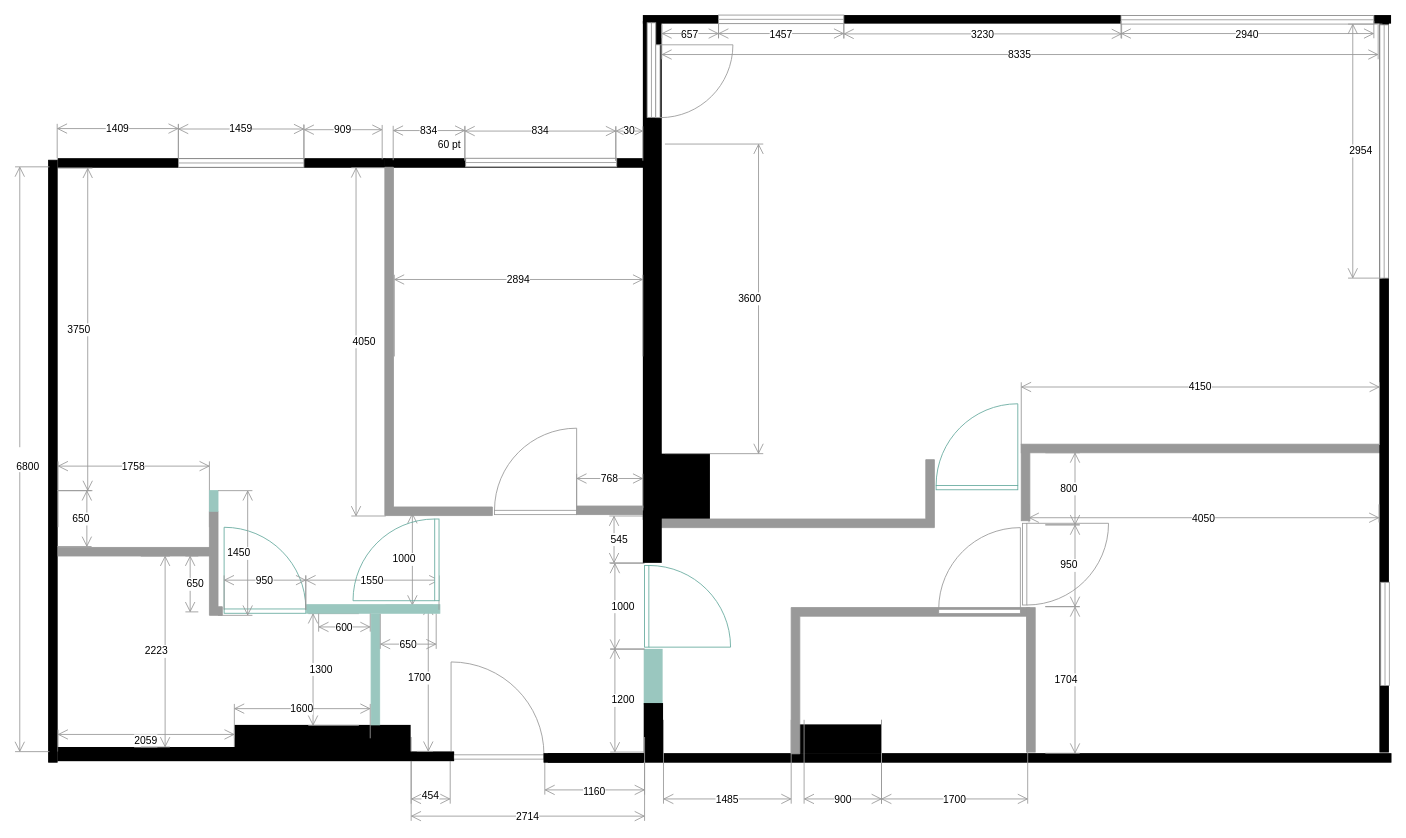
This is docs/src/static/drawings/floor-plan.construction.drawio from surquest/flat-renovation, a draw.io file, before an edit. Source tidied: cells renumbered, new cells numbered last; positions are measured from the earlier drawing's top-left corner, leaving out a move shared by most shapes. Both pictures are drawn from the tidied source at 86%, with x=0, y=0 at pixel (15, 15).
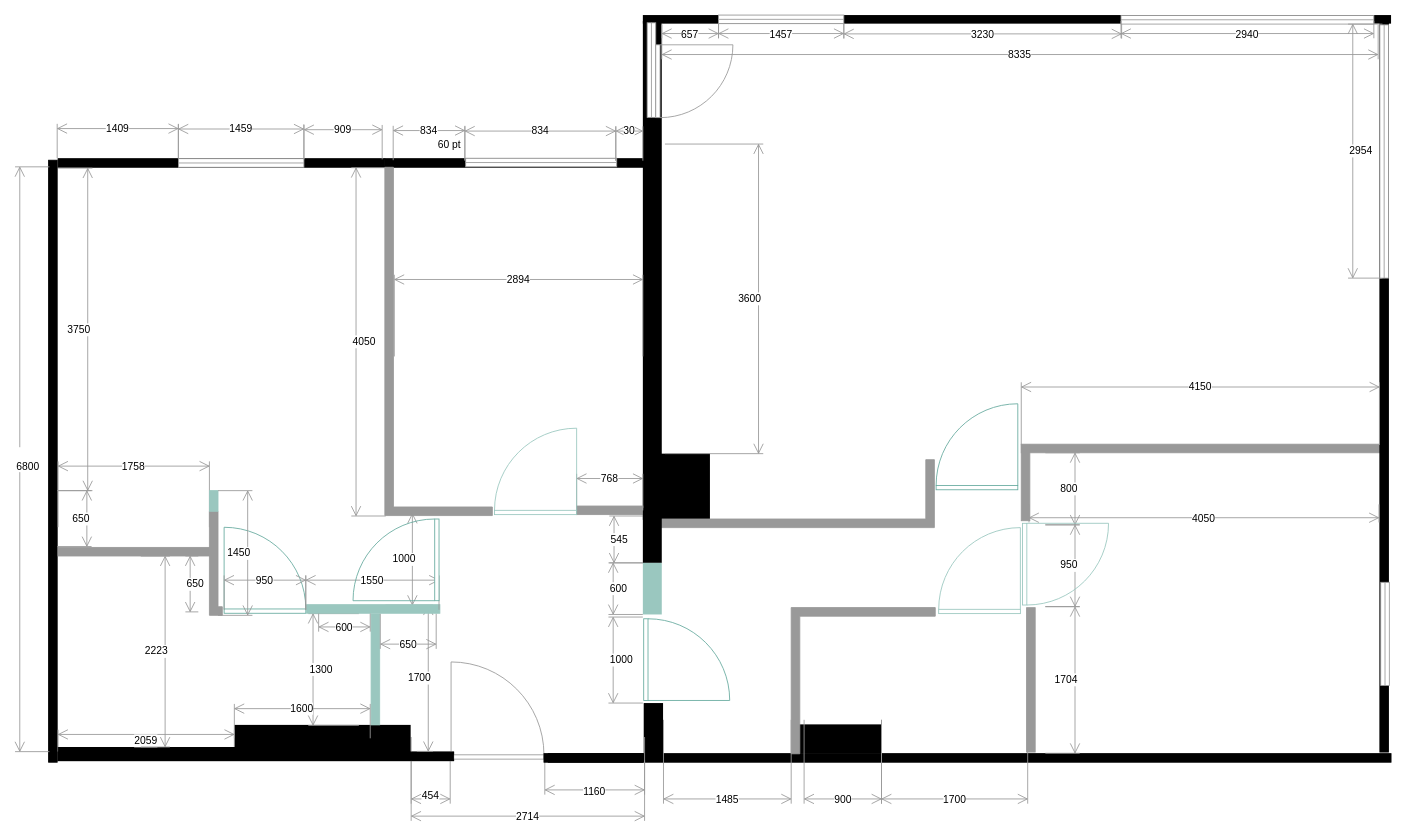
After the change.

Diff of the diagram source:
```diff
@@
-    <mxCell id="2" style="rounded=0;whiteSpace=wrap;html=1;strokeColor=none;fillColor=#9AC7BF;" parent="1" vertex="1">
-      <mxGeometry x="731" y="737" width="22" height="65" as="geometry" />
-    </mxCell>
@@
-    <mxCell id="20" value="1200" style="shape=dimension;direction=south;whiteSpace=wrap;html=1;align=left;verticalAlign=middle;labelBackgroundColor=#ffffff;strokeColor=#999999;" parent="1" vertex="1">
-      <mxGeometry x="692" y="737" width="40" height="120" as="geometry" />
-    </mxCell>
-    <mxCell id="21" value="1000" style="shape=dimension;direction=south;whiteSpace=wrap;html=1;align=left;verticalAlign=middle;labelBackgroundColor=#ffffff;strokeColor=#999999;" parent="1" vertex="1">
-      <mxGeometry x="692" y="637.5" width="40" height="100" as="geometry" />
-    </mxCell>
@@
-    <mxCell id="55" style="verticalLabelPosition=bottom;html=1;verticalAlign=top;align=center;shape=mxgraph.floorplan.doorRight;strokeColor=#999999;fillColor=none;flipH=0;flipV=1;direction=east;" parent="1" vertex="1">
+    <mxCell id="55" style="verticalLabelPosition=bottom;html=1;verticalAlign=top;align=center;shape=mxgraph.floorplan.doorRight;strokeColor=#9AC7BF;fillColor=none;flipH=0;flipV=1;direction=east;" parent="1" vertex="1">
       <mxGeometry x="557.5" y="485.4" width="95.5" height="95.5" as="geometry" />
     </mxCell>
@@
     <mxCell id="57" style="verticalLabelPosition=bottom;html=1;verticalAlign=top;align=center;shape=mxgraph.floorplan.wallCorner;fillColor=strokeColor;strokeColor=#999999;" parent="1" vertex="1">
-      <mxGeometry x="902.5" y="689" width="277.5" height="170" as="geometry" />
+      <mxGeometry x="902.5" y="689" width="167.5" height="170" as="geometry" />
     </mxCell>
@@
-    <mxCell id="59" style="verticalLabelPosition=bottom;html=1;verticalAlign=top;align=center;shape=mxgraph.floorplan.doorLeft;strokeColor=#999999;fillColor=#FFFFFF;direction=north;flipV=1;" parent="1" vertex="1">
+    <mxCell id="59" style="verticalLabelPosition=bottom;html=1;verticalAlign=top;align=center;shape=mxgraph.floorplan.doorLeft;strokeColor=#9AC7BF;fillColor=#FFFFFF;direction=north;flipV=1;" parent="1" vertex="1">
       <mxGeometry x="1171.5" y="591" width="85" height="95" as="geometry" />
     </mxCell>
-    <mxCell id="60" style="verticalLabelPosition=bottom;html=1;verticalAlign=top;align=center;shape=mxgraph.floorplan.doorLeft;strokeColor=#999999;fillColor=#FFFFFF;direction=east;flipV=1;flipH=1;" parent="1" vertex="1">
+    <mxCell id="60" style="verticalLabelPosition=bottom;html=1;verticalAlign=top;align=center;shape=mxgraph.floorplan.doorLeft;strokeColor=#9AC7BF;fillColor=#FFFFFF;direction=east;flipV=1;flipH=1;" parent="1" vertex="1">
       <mxGeometry x="1074" y="611" width="95" height="85" as="geometry" />
     </mxCell>
@@
-    <mxCell id="93" style="verticalLabelPosition=bottom;html=1;verticalAlign=top;align=center;shape=mxgraph.floorplan.doorRight;strokeColor=#67AB9F;fillColor=default;flipH=1;flipV=0;direction=south;" parent="1" vertex="1">
-      <mxGeometry x="732" y="640" width="96" height="95" as="geometry" />
-    </mxCell>
+    <mxCell id="94" style="rounded=0;whiteSpace=wrap;html=1;strokeColor=none;fillColor=#9AC7BF;" parent="1" vertex="1">
+      <mxGeometry x="730" y="637" width="22" height="60" as="geometry" />
+    </mxCell>
+    <mxCell id="21" value="1000" style="shape=dimension;direction=south;whiteSpace=wrap;html=1;align=left;verticalAlign=middle;labelBackgroundColor=#ffffff;strokeColor=#999999;" parent="1" vertex="1">
+      <mxGeometry x="690" y="700" width="40" height="100" as="geometry" />
+    </mxCell>
+    <mxCell id="95" style="verticalLabelPosition=bottom;html=1;verticalAlign=top;align=center;shape=mxgraph.floorplan.doorRight;strokeColor=#67AB9F;fillColor=default;flipH=0;flipV=1;direction=north;" parent="1" vertex="1">
+      <mxGeometry x="731" y="702" width="96" height="95" as="geometry" />
+    </mxCell>
+    <mxCell id="96" value="600" style="shape=dimension;direction=south;whiteSpace=wrap;html=1;align=left;verticalAlign=middle;labelBackgroundColor=#ffffff;strokeColor=#999999;" parent="1" vertex="1">
+      <mxGeometry x="690" y="637" width="40" height="60" as="geometry" />
+    </mxCell>
```
